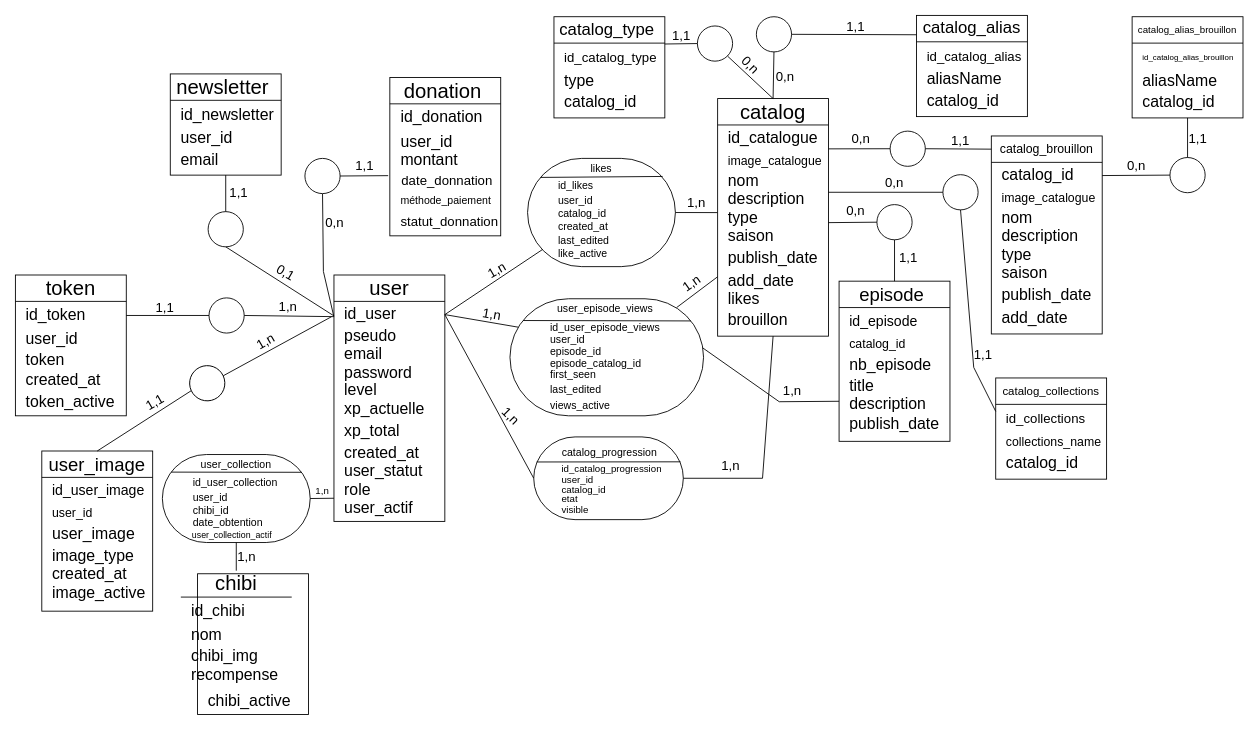
Earlier version of the draw.io diagram clien/chekerlifeMcd.drawio (anilexs/-chekerlife). Source tidied: cells renumbered, new cells numbered last; positions are measured from the earlier drawing's top-left corner, leaving out a move shared by most shapes. Both pictures are drawn from the tidied source at 88%, with x=0, y=0 at pixel (15, 15).
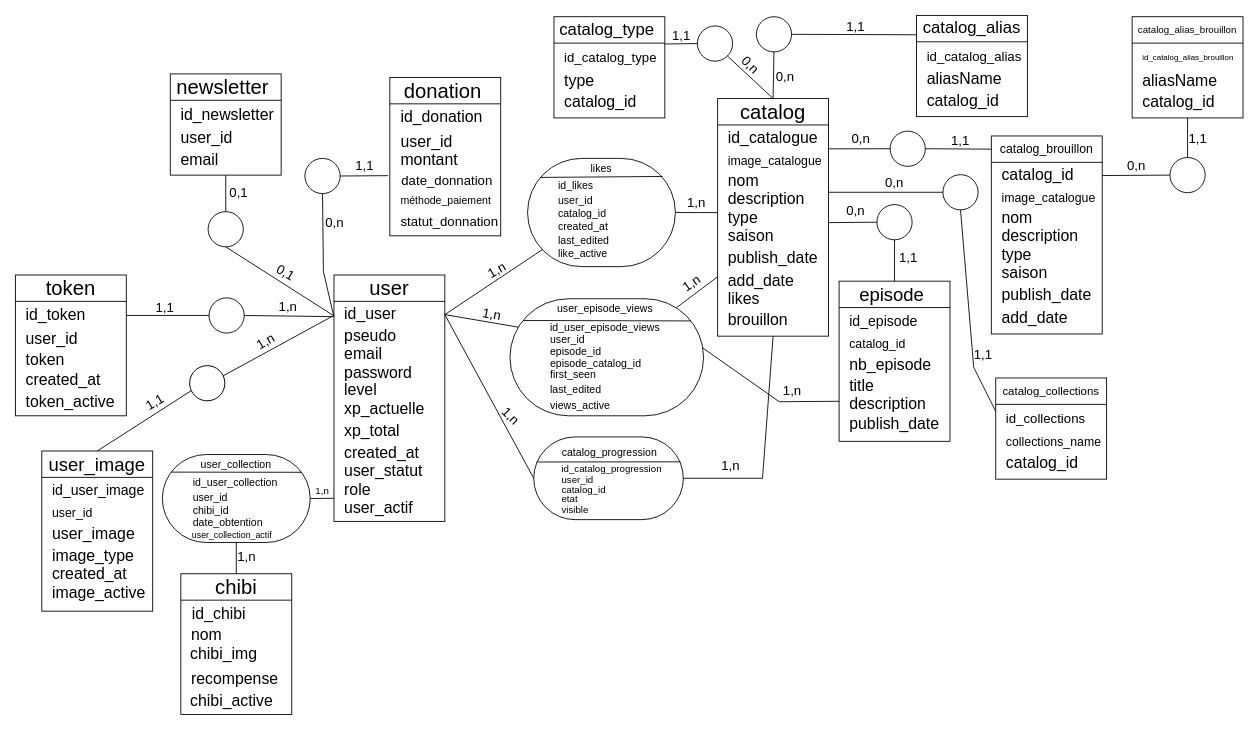
After the change.

Commit message:
v93 bug type seconder a regle

Change to the diagram source:
```diff
@@
     <mxCell id="130" style="rounded=1;whiteSpace=wrap;html=1;arcSize=0;" parent="1" vertex="1">
-      <mxGeometry x="207" y="634.5" width="126" height="160" as="geometry" />
+      <mxGeometry x="188" y="634.5" width="126" height="160" as="geometry" />
     </mxCell>
     <mxCell id="131" value="chibi" style="text;html=1;strokeColor=none;fillColor=none;align=center;verticalAlign=middle;whiteSpace=wrap;rounded=0;fontSize=23;" parent="1" vertex="1">
-      <mxGeometry x="188" y="631" width="126" height="30" as="geometry" />
+      <mxGeometry x="188" y="634.5" width="126" height="30" as="geometry" />
     </mxCell>
@@
     <mxCell id="133" value="id_chibi&amp;nbsp;" style="text;html=1;strokeColor=none;fillColor=none;align=left;verticalAlign=middle;whiteSpace=wrap;rounded=0;fontSize=18;" parent="1" vertex="1">
-      <mxGeometry x="198" y="662" width="116" height="30" as="geometry" />
+      <mxGeometry x="199" y="664.5" width="116" height="30" as="geometry" />
     </mxCell>
@@
     <mxCell id="135" value="chibi_img" style="text;html=1;strokeColor=none;fillColor=none;align=left;verticalAlign=middle;whiteSpace=wrap;rounded=0;fontSize=18;" parent="1" vertex="1">
-      <mxGeometry x="198" y="713" width="116" height="30" as="geometry" />
+      <mxGeometry x="197" y="711" width="116" height="30" as="geometry" />
     </mxCell>
     <mxCell id="136" value="recompense" style="text;html=1;strokeColor=none;fillColor=none;align=left;verticalAlign=middle;whiteSpace=wrap;rounded=0;fontSize=18;" parent="1" vertex="1">
-      <mxGeometry x="198" y="735" width="116" height="30" as="geometry" />
+      <mxGeometry x="198" y="739" width="116" height="30" as="geometry" />
     </mxCell>
     <mxCell id="137" value="chibi_active" style="text;html=1;strokeColor=none;fillColor=none;align=left;verticalAlign=middle;whiteSpace=wrap;rounded=0;fontSize=18;" parent="1" vertex="1">
-      <mxGeometry x="217" y="763.5" width="116" height="30" as="geometry" />
+      <mxGeometry x="197" y="763.5" width="116" height="30" as="geometry" />
     </mxCell>
@@
-    <mxCell id="147" value="1,1" style="text;html=1;strokeColor=none;fillColor=none;align=center;verticalAlign=middle;whiteSpace=wrap;rounded=0;fontSize=15;" parent="1" vertex="1">
+    <mxCell id="147" value="0,1" style="text;html=1;strokeColor=none;fillColor=none;align=center;verticalAlign=middle;whiteSpace=wrap;rounded=0;fontSize=15;" parent="1" vertex="1">
       <mxGeometry x="229" y="189" width="50" height="23" as="geometry" />
     </mxCell>
```
